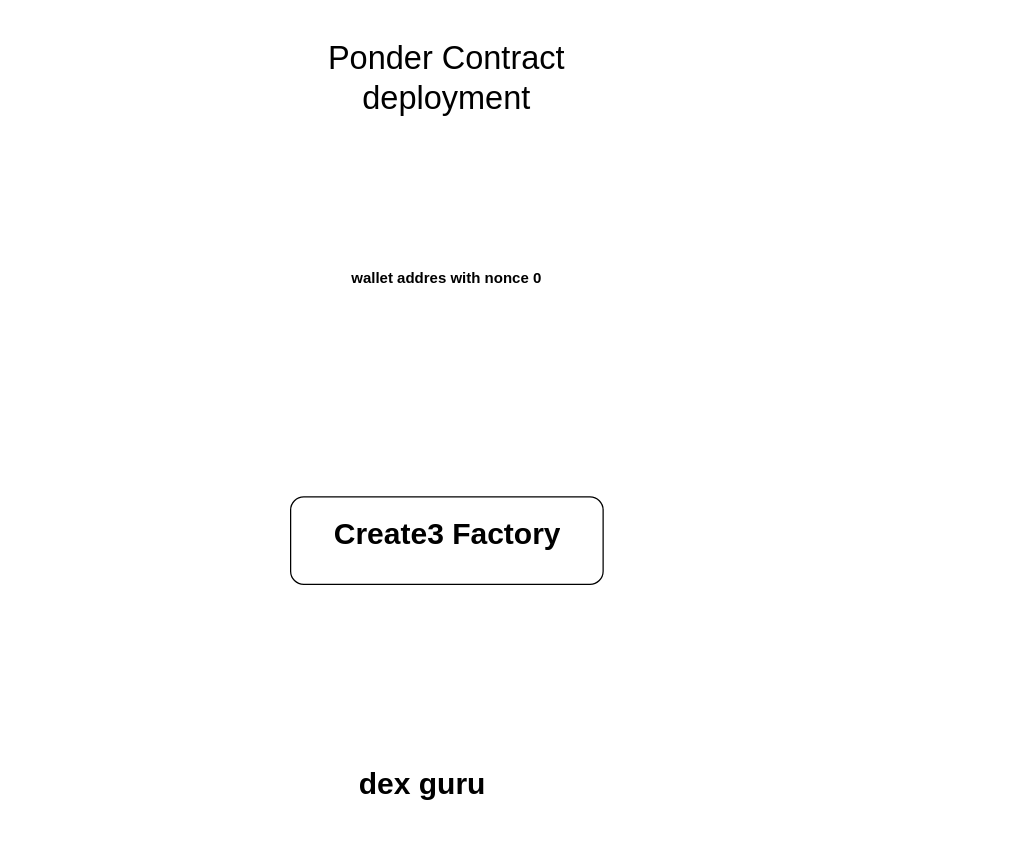
Before: diagrams/architecture.drawio in foodnft/chicken_NFT, a draw.io diagram. Source tidied: cells renumbered, new cells numbered last; positions are measured from the earlier drawing's top-left corner, leaving out a move shared by most shapes. Both pictures are drawn from the tidied source at 125%, with x=0, y=0 at pixel (246, 21).
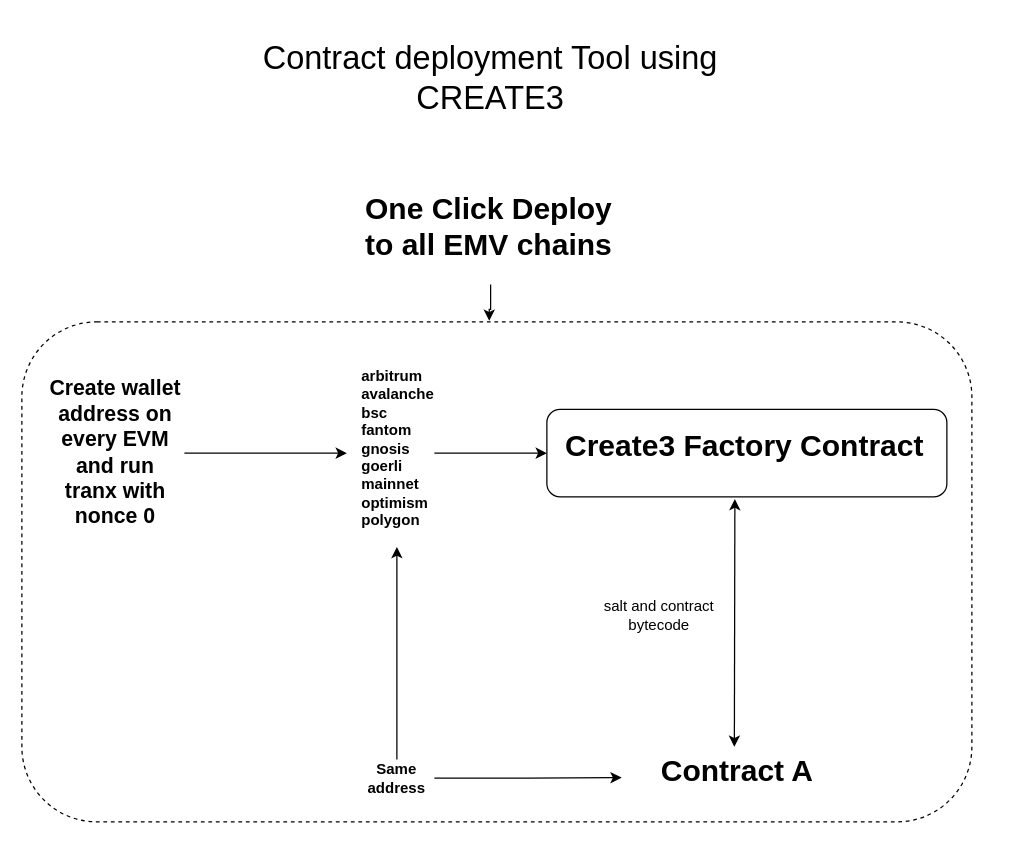
After the change.

Change to the diagram source:
```diff
@@
+    <mxCell id="7" style="rounded=1;whiteSpace=wrap;html=1;fillColor=none;dashed=1;" parent="1" vertex="1">
+      <mxGeometry x="-180" y="240" width="760" height="400" as="geometry" />
+    </mxCell>
-    <mxCell id="2" value="&lt;font style=&quot;font-size: 26px;&quot;&gt;Ponder Contract deployment&lt;/font&gt;" style="text;html=1;strokeColor=none;fillColor=none;align=center;verticalAlign=middle;whiteSpace=wrap;rounded=0;" parent="1" vertex="1">
-      <mxGeometry width="320" height="90" as="geometry" />
+    <mxCell id="2" value="&lt;font style=&quot;font-size: 26px;&quot;&gt;Contract deployment Tool using CREATE3&lt;/font&gt;" style="text;html=1;strokeColor=none;fillColor=none;align=center;verticalAlign=middle;whiteSpace=wrap;rounded=0;" parent="1" vertex="1">
+      <mxGeometry width="390" height="90" as="geometry" />
     </mxCell>
+    <mxCell id="4" value="&lt;h1&gt;Contract A&lt;/h1&gt;" style="text;html=1;strokeColor=none;fillColor=none;spacing=5;spacingTop=-20;whiteSpace=wrap;overflow=hidden;rounded=0;align=center;" parent="1" vertex="1">
+      <mxGeometry x="300" y="580" width="185" height="70" as="geometry" />
+    </mxCell>
+    <mxCell id="8" style="edgeStyle=orthogonalEdgeStyle;rounded=0;jettySize=auto;html=1;" parent="1" edge="1" source="5">
+      <mxGeometry relative="1" as="geometry">
+        <mxPoint x="80" y="345" as="targetPoint" />
+      </mxGeometry>
+    </mxCell>
+    <mxCell id="5" value="&lt;b&gt;&lt;font style=&quot;font-size: 17px;&quot;&gt;Create wallet address on every EVM and run tranx with nonce 0&lt;/font&gt;&lt;/b&gt;" style="text;html=1;strokeColor=none;fillColor=none;align=center;verticalAlign=middle;whiteSpace=wrap;rounded=0;" parent="1" vertex="1">
+      <mxGeometry x="-160" y="330" width="110" height="30" as="geometry" />
+    </mxCell>
+    <mxCell id="9" style="edgeStyle=orthogonalEdgeStyle;rounded=0;jettySize=auto;html=1;entryX=0;entryY=0.5;entryDx=0;entryDy=0;" parent="1" edge="1" source="10" target="6">
+      <mxGeometry relative="1" as="geometry" />
+    </mxCell>
+    <mxCell id="10" value="arbitrum&#10;avalanche&#10;bsc&#10;fantom&#10;gnosis&#10;goerli&#10;mainnet&#10;optimism&#10;polygon" style="text;whiteSpace=wrap;fontStyle=1;" parent="1" vertex="1">
+      <mxGeometry x="90" y="270" width="60" height="150" as="geometry" />
+    </mxCell>
+    <mxCell id="11" style="group;" parent="1" vertex="1">
+      <mxGeometry x="240" y="310" width="360" height="70" as="geometry" />
+    </mxCell>
-    <mxCell id="3" value="&lt;h1&gt;Create3 Factory&lt;/h1&gt;" style="text;html=1;strokeColor=none;fillColor=none;spacing=5;spacingTop=-20;whiteSpace=wrap;overflow=hidden;rounded=0;" parent="1" vertex="1">
-      <mxGeometry x="65" y="390" width="220" height="60" as="geometry" />
+    <mxCell id="3" value="&lt;h1&gt;Create3 Factory Contract&lt;/h1&gt;" style="text;html=1;strokeColor=none;fillColor=none;spacing=5;spacingTop=-20;whiteSpace=wrap;overflow=hidden;rounded=0;" parent="11" vertex="1">
+      <mxGeometry x="10" y="10" width="350" height="60" as="geometry" />
     </mxCell>
-    <mxCell id="4" value="&lt;h1&gt;dex guru&lt;/h1&gt;&lt;p&gt;&lt;br&gt;&lt;/p&gt;" style="text;html=1;strokeColor=none;fillColor=none;spacing=5;spacingTop=-20;whiteSpace=wrap;overflow=hidden;rounded=0;" parent="1" vertex="1">
-      <mxGeometry x="85" y="590" width="185" height="70" as="geometry" />
-    </mxCell>
-    <mxCell id="5" value="&lt;b&gt;wallet addres with nonce 0&lt;/b&gt;" style="text;html=1;strokeColor=none;fillColor=none;align=center;verticalAlign=middle;whiteSpace=wrap;rounded=0;" parent="1" vertex="1">
-      <mxGeometry x="50" y="190" width="220" height="30" as="geometry" />
-    </mxCell>
-    <mxCell id="6" style="rounded=1;whiteSpace=wrap;html=1;fillColor=none;" parent="1" vertex="1">
-      <mxGeometry x="35" y="380" width="250" height="70" as="geometry" />
+    <mxCell id="6" style="rounded=1;whiteSpace=wrap;html=1;fillColor=none;" parent="11" vertex="1">
+      <mxGeometry width="320" height="70" as="geometry" />
     </mxCell>
+    <mxCell id="12" value="salt and contract bytecode" style="text;html=1;strokeColor=none;fillColor=none;align=center;verticalAlign=middle;whiteSpace=wrap;rounded=0;" parent="1" vertex="1">
+      <mxGeometry x="270" y="460" width="120" height="30" as="geometry" />
+    </mxCell>
+    <mxCell id="13" style="edgeStyle=orthogonalEdgeStyle;rounded=0;jettySize=auto;html=1;entryX=0.5;entryY=1;entryDx=0;entryDy=0;" parent="1" edge="1" source="15" target="10">
+      <mxGeometry relative="1" as="geometry" />
+    </mxCell>
+    <mxCell id="14" style="edgeStyle=orthogonalEdgeStyle;rounded=0;jettySize=auto;html=1;entryX=-0.001;entryY=0.351;entryDx=0;entryDy=0;entryPerimeter=0;" parent="1" edge="1" source="15" target="4">
+      <mxGeometry relative="1" as="geometry" />
+    </mxCell>
+    <mxCell id="15" value="&lt;b&gt;Same address&lt;/b&gt;" style="text;html=1;strokeColor=none;fillColor=none;align=center;verticalAlign=middle;whiteSpace=wrap;rounded=0;" parent="1" vertex="1">
+      <mxGeometry x="90" y="590" width="60" height="30" as="geometry" />
+    </mxCell>
+    <mxCell id="16" style="endArrow=classic;startArrow=classic;html=1;rounded=0;entryX=0.47;entryY=1.025;entryDx=0;entryDy=0;entryPerimeter=0;" parent="1" edge="1" target="6">
+      <mxGeometry relative="1" as="geometry">
+        <mxPoint x="390" y="580" as="sourcePoint" />
+      </mxGeometry>
+    </mxCell>
+    <mxCell id="17" style="edgeStyle=orthogonalEdgeStyle;rounded=0;jettySize=auto;html=1;entryX=0.492;entryY=-0.002;entryDx=0;entryDy=0;entryPerimeter=0;" parent="1" edge="1" source="18" target="7">
+      <mxGeometry relative="1" as="geometry" />
+    </mxCell>
+    <mxCell id="18" value="&lt;h1&gt;One Click Deploy to all EMV chains&lt;/h1&gt;" style="text;html=1;strokeColor=none;fillColor=none;spacing=5;spacingTop=-20;whiteSpace=wrap;overflow=hidden;rounded=0;" parent="1" vertex="1">
+      <mxGeometry x="90" y="130" width="210" height="80" as="geometry" />
+    </mxCell>
```
